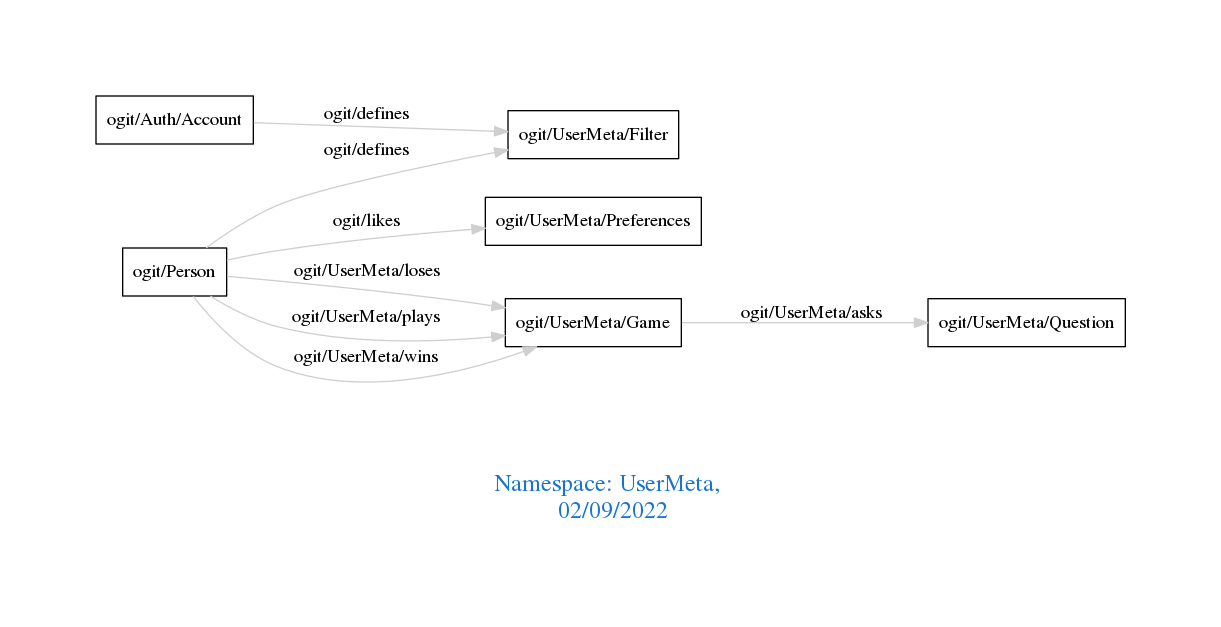
Above: downloads/UserMeta.png in arago/OGIT (Graphviz), before the change. Its source is kept beside it as downloads/UserMeta.dot.
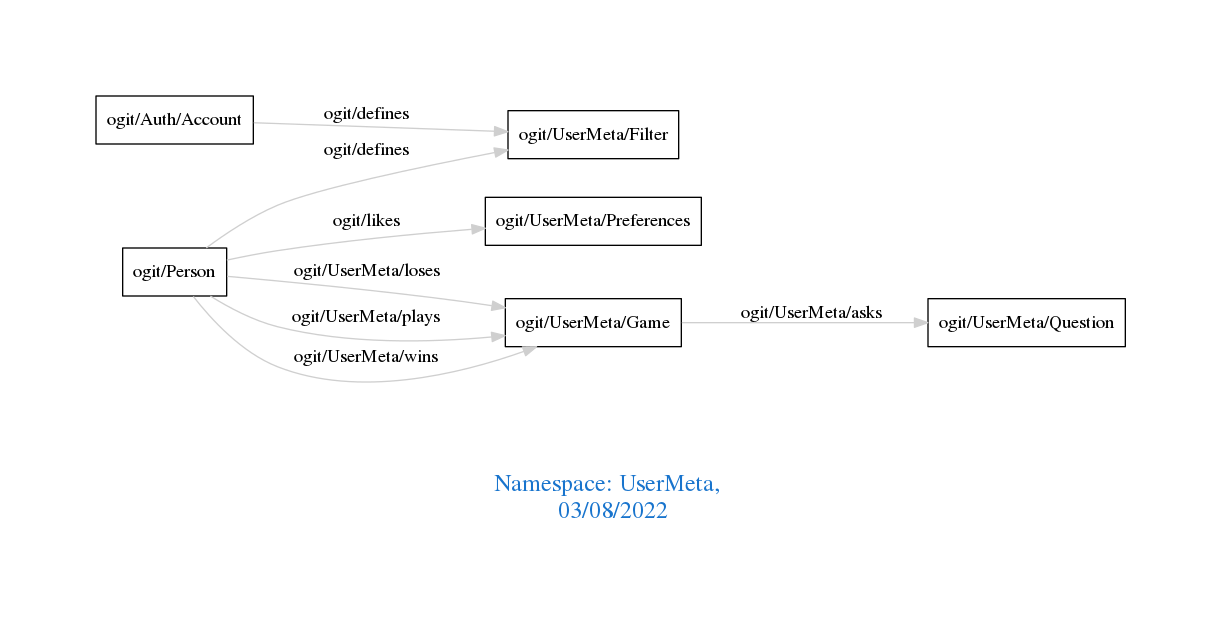
Above is the later version.

What changed in the source:
```diff
@@ -1,7 +1,7 @@
 digraph OGIT_ontology {
  graph [ rankdir= LR,pad=1
 fontsize = 18,
-fontcolor= dodgerblue3,label = "\n\n\nNamespace: UserMeta, \n 02/09/2022"];
+fontcolor= dodgerblue3,label = "\n\n\nNamespace: UserMeta, \n 03/08/2022"];
 node[shape=polygon];
 edge [  color="gray81"];
 
```
